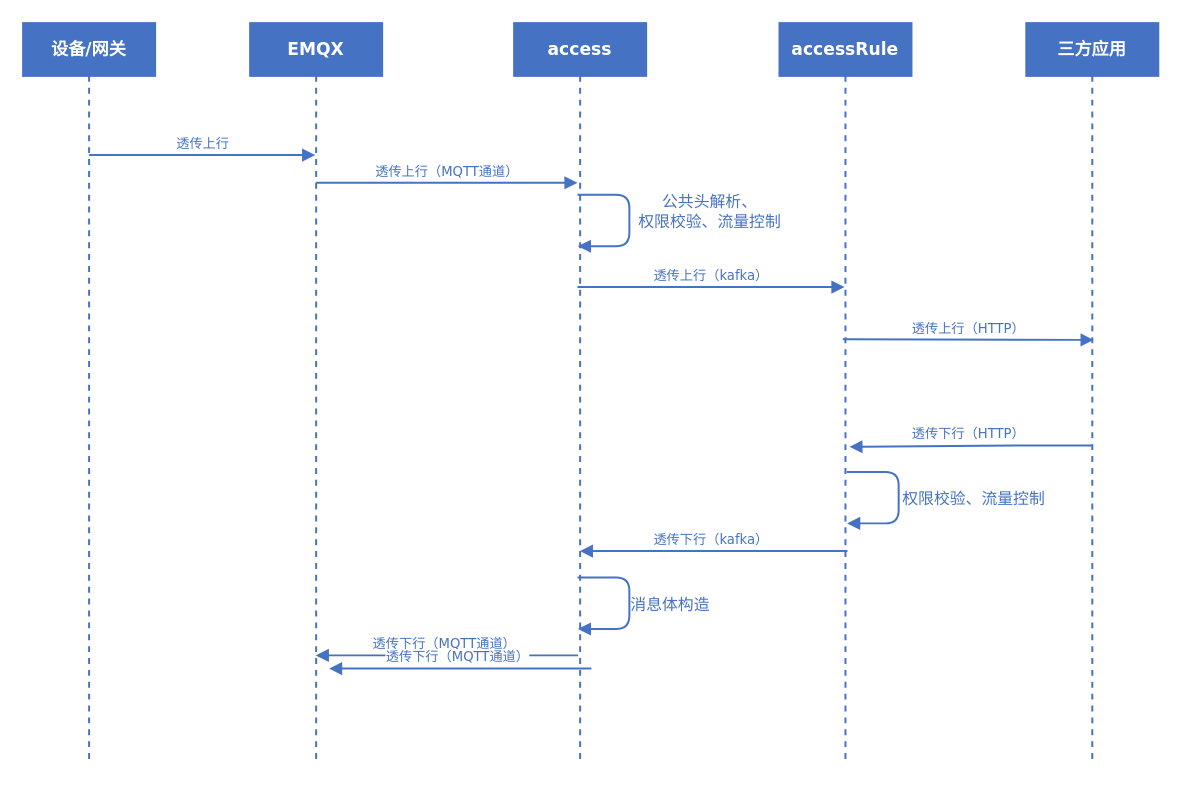
Earlier version of the draw.io diagram root/Topic透传.drawio (yzzh9/yzzh9). Source tidied: cells renumbered, new cells numbered last; positions are measured from the earlier drawing's top-left corner, leaving out a move shared by most shapes. Both pictures are drawn from the tidied source at 132%, with x=0, y=0 at pixel (22, 22).
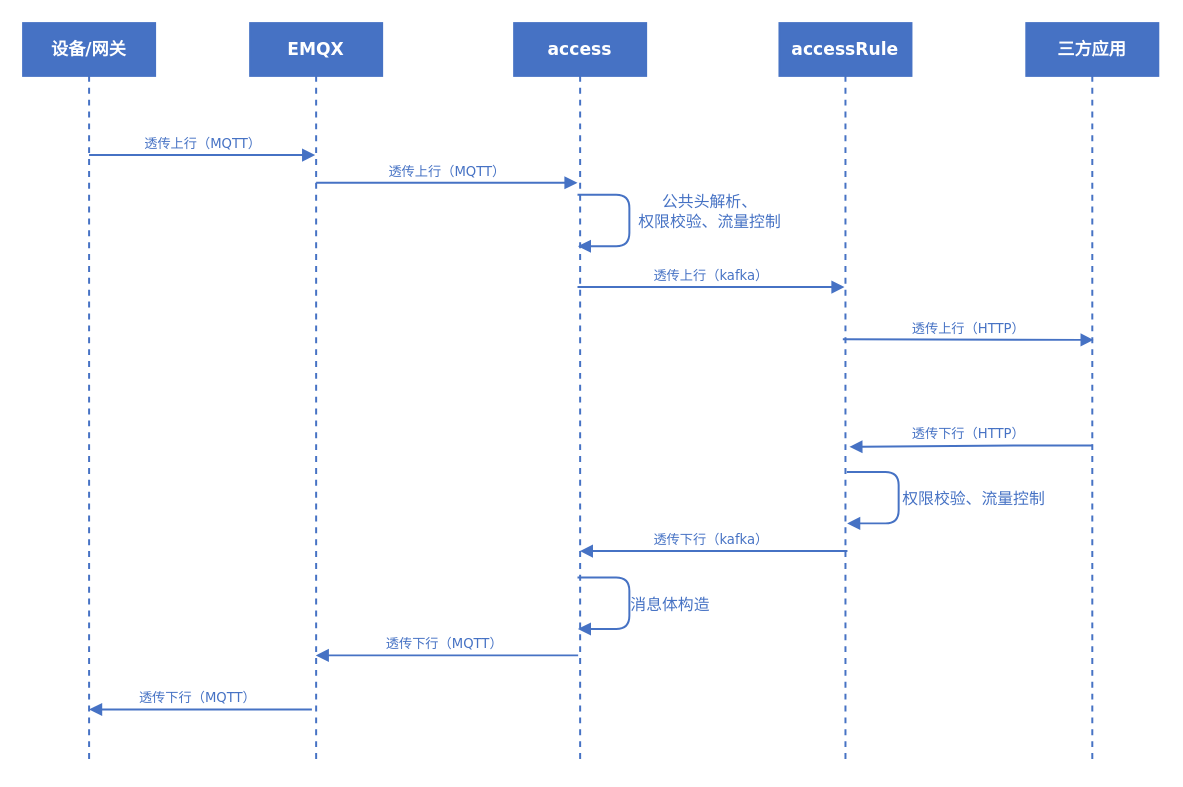
After the change.

Unchanged cells that the change refers to:
```xml
<mxCell id="2" value="EMQX" style="shape=umlLifeline;perimeter=lifelinePerimeter;whiteSpace=wrap;html=1;outlineConnect=0;shadow=0;comic=0;labelBackgroundColor=none;strokeWidth=1.5;fontFamily=Verdana;fontSize=13;align=center;fontColor=#ffffff;fontStyle=1;fillColor=#4672C4;sketch=0;rounded=0;glass=0;strokeColor=#4672C4;" parent="1" vertex="1">
  <mxGeometry x="172" width="100" height="560" as="geometry" />
</mxCell>
```

What changed in the source:
```diff
@@
-    <mxCell id="5" value="透传上行" style="html=1;verticalAlign=bottom;endArrow=block;labelBackgroundColor=none;fontFamily=Verdana;fontSize=10;edgeStyle=elbowEdgeStyle;elbow=vertical;fillColor=#0050ef;strokeWidth=1.5;fontColor=#4672C4;strokeColor=#4672C4;" parent="1" edge="1" target="2">
+    <mxCell id="5" value="透传上行（MQTT）" style="html=1;verticalAlign=bottom;endArrow=block;labelBackgroundColor=none;fontFamily=Verdana;fontSize=10;edgeStyle=elbowEdgeStyle;elbow=vertical;fillColor=#0050ef;strokeWidth=1.5;fontColor=#4672C4;strokeColor=#4672C4;" parent="1" edge="1" target="2">
       <mxGeometry relative="1" as="geometry">
         <mxPoint x="50" y="100" as="sourcePoint" />
       </mxGeometry>
     </mxCell>
-    <mxCell id="6" value="透传上行（MQTT通道）" style="html=1;verticalAlign=bottom;endArrow=block;labelBackgroundColor=none;fontFamily=Verdana;fontSize=10;edgeStyle=elbowEdgeStyle;elbow=vertical;fillColor=#0050ef;strokeWidth=1.5;fontColor=#4672C4;strokeColor=#4672C4;" parent="1" edge="1">
+    <mxCell id="6" value="透传上行（MQTT）" style="html=1;verticalAlign=bottom;endArrow=block;labelBackgroundColor=none;fontFamily=Verdana;fontSize=10;edgeStyle=elbowEdgeStyle;elbow=vertical;fillColor=#0050ef;strokeWidth=1.5;fontColor=#4672C4;strokeColor=#4672C4;" parent="1" edge="1">
       <mxGeometry relative="1" as="geometry">
         <mxPoint x="222" y="121" as="sourcePoint" />
         <mxPoint x="420" y="121" as="targetPoint" />
       </mxGeometry>
     </mxCell>
-    <mxCell id="7" value="透传下行（MQTT通道）" style="html=1;verticalAlign=bottom;endArrow=block;fontFamily=Verdana;fontSize=10;strokeWidth=1.5;fontColor=#4672C4;strokeColor=#4672C4;" parent="1" edge="1" target="2">
+    <mxCell id="7" value="透传下行（MQTT）" style="html=1;verticalAlign=bottom;endArrow=block;fontFamily=Verdana;fontSize=10;strokeWidth=1.5;fontColor=#4672C4;strokeColor=#4672C4;" parent="1" edge="1" target="2">
       <mxGeometry x="0.04" relative="1" as="geometry">
         <mxPoint x="420.5" y="479" as="sourcePoint" />
         <Array as="points">
           <mxPoint x="370.5" y="479" />
         </Array>
         <mxPoint x="1" as="offset" />
       </mxGeometry>
     </mxCell>
@@
-    <mxCell id="17" value="透传下行（MQTT通道）" style="html=1;verticalAlign=bottom;endArrow=block;fontFamily=Verdana;fontSize=10;strokeWidth=1.5;fontColor=#4672C4;strokeColor=#4672C4;" parent="1" edge="1">
+    <mxCell id="17" value="透传下行（MQTT）" style="html=1;verticalAlign=bottom;endArrow=block;fontFamily=Verdana;fontSize=10;strokeWidth=1.5;fontColor=#4672C4;strokeColor=#4672C4;" parent="1" edge="1">
       <mxGeometry x="0.04" relative="1" as="geometry">
-        <mxPoint x="430.5" y="489" as="sourcePoint" />
-        <mxPoint x="231.8" y="489" as="targetPoint" />
+        <mxPoint x="218.8" y="520" as="sourcePoint" />
+        <mxPoint x="50" y="520" as="targetPoint" />
         <Array as="points">
-          <mxPoint x="380.5" y="489" />
+          <mxPoint x="168.8" y="520" />
         </Array>
         <mxPoint x="1" as="offset" />
       </mxGeometry>
     </mxCell>
```
